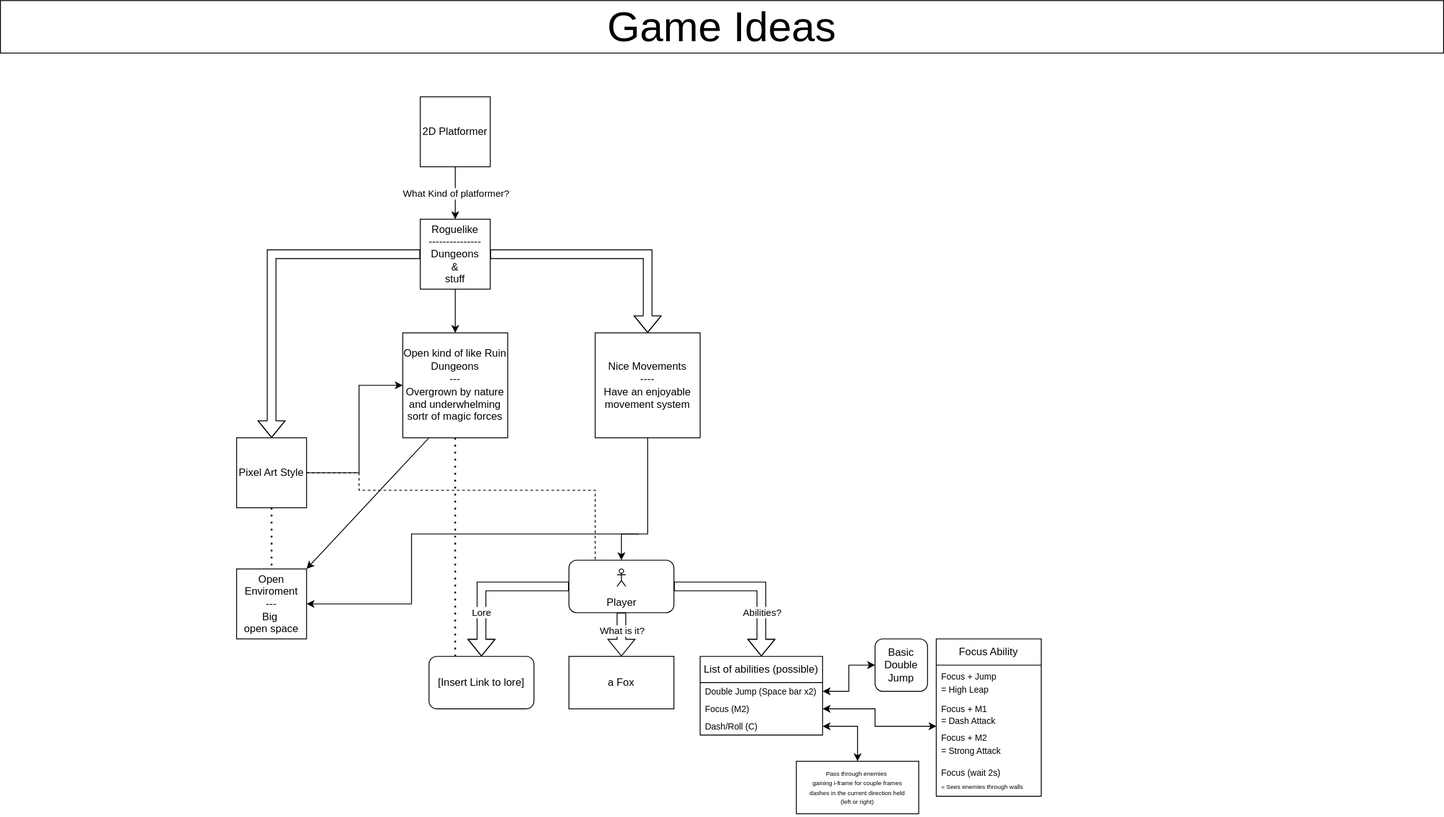
This is Plans/2DGamePlanning.drawio.svg from UnknownRedFoxDev/2D-Game, a draw.io export, as it was before one commit. Source tidied: cells renumbered, new cells last; positions are measured from the earlier drawing's top-left corner, leaving out a move shared by most shapes.
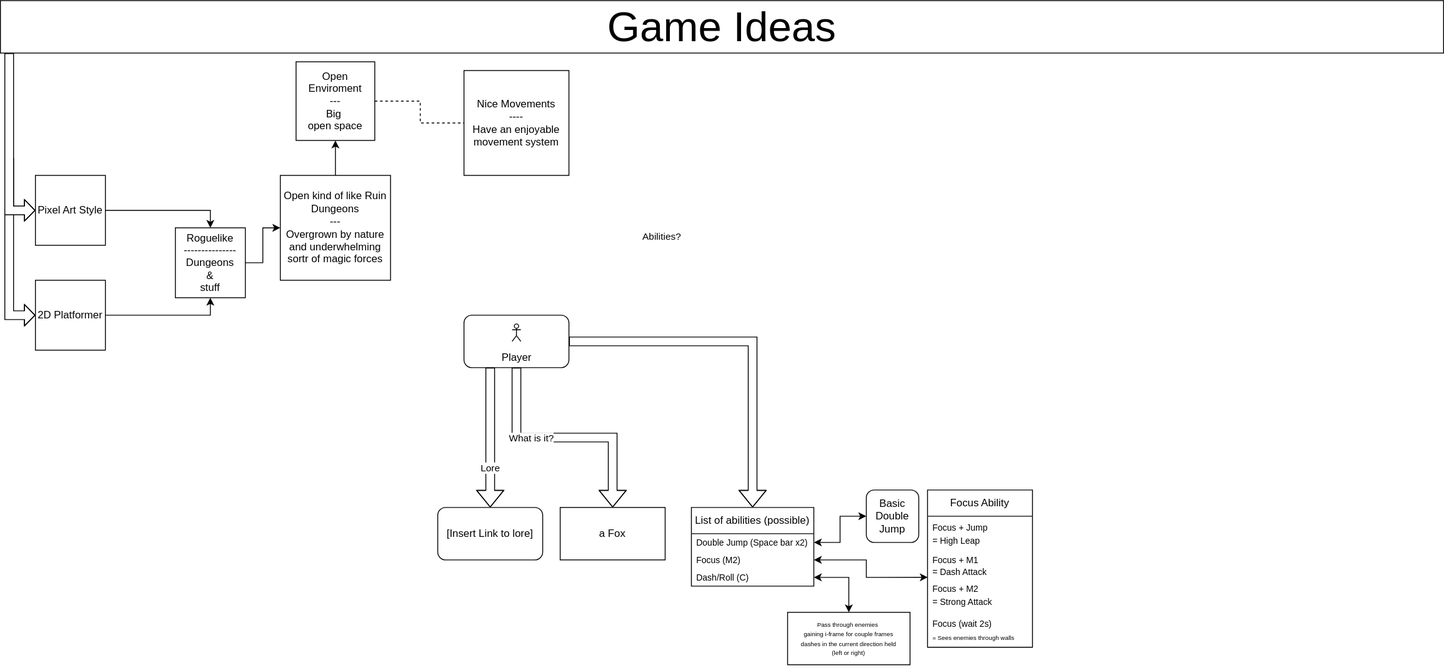
Above is the later version.

The edit, as a diff of the source:
```diff
@@ -2,8 +2,11 @@
   <root>
     <mxCell id="0" />
     <mxCell id="1" parent="0" />
+    <mxCell id="26" style="edgeStyle=orthogonalEdgeStyle;rounded=0;jettySize=auto;html=1;entryX=0.5;entryY=1;entryDx=0;entryDy=0;" parent="1" edge="1" source="2" target="7">
+      <mxGeometry relative="1" as="geometry" />
+    </mxCell>
     <mxCell id="2" value="2D Platformer" style="whiteSpace=wrap;html=1;" parent="1" vertex="1">
-      <mxGeometry x="480" y="110" width="80" height="80" as="geometry" />
+      <mxGeometry x="40" y="320" width="80" height="80" as="geometry" />
     </mxCell>
     <mxCell id="3" style="group;" parent="1" vertex="1">
       <mxGeometry width="1650" height="60" as="geometry" />
@@ -17,81 +20,46 @@
     <mxCell id="6" value="&lt;font style=&quot;font-size: 48px;&quot;&gt;Game Ideas&lt;/font&gt;" style="rounded=0;whiteSpace=wrap;html=1;" parent="5" vertex="1">
       <mxGeometry width="1650" height="60" as="geometry" />
     </mxCell>
+    <mxCell id="16" style="edgeStyle=orthogonalEdgeStyle;rounded=0;jettySize=auto;html=1;entryX=0;entryY=0.5;entryDx=0;entryDy=0;" parent="1" edge="1" source="7" target="15">
+      <mxGeometry relative="1" as="geometry" />
+    </mxCell>
     <mxCell id="7" value="Roguelike &lt;br&gt;---------------&lt;br&gt;Dungeons&lt;br&gt;&amp;amp;&lt;br&gt;stuff" style="whiteSpace=wrap;html=1;" parent="1" vertex="1">
-      <mxGeometry x="480" y="250" width="80" height="80" as="geometry" />
+      <mxGeometry x="200" y="260" width="80" height="80" as="geometry" />
     </mxCell>
-    <mxCell id="8" style="shape=flexArrow;endArrow=classic;html=1;rounded=0;exitX=1;exitY=0.5;exitDx=0;exitDy=0;" parent="1" edge="1" source="7" target="10">
-      <mxGeometry relative="1" as="geometry">
-        <Array as="points">
-          <mxPoint x="740" y="290" />
-          <mxPoint x="740" y="330" />
-        </Array>
-      </mxGeometry>
-    </mxCell>
-    <mxCell id="9" style="edgeStyle=orthogonalEdgeStyle;rounded=0;jettySize=auto;html=1;" parent="1" edge="1" source="10" target="14">
-      <mxGeometry relative="1" as="geometry">
-        <Array as="points">
-          <mxPoint x="740" y="610" />
-          <mxPoint x="470" y="610" />
-          <mxPoint x="470" y="690" />
-        </Array>
-      </mxGeometry>
-    </mxCell>
     <mxCell id="10" value="Nice Movements&lt;br&gt;----&lt;br&gt;Have an enjoyable movement system" style="whiteSpace=wrap;html=1;" parent="1" vertex="1">
-      <mxGeometry x="680" y="380" width="120" height="120" as="geometry" />
+      <mxGeometry x="530" y="80" width="120" height="120" as="geometry" />
     </mxCell>
-    <mxCell id="11" style="shape=flexArrow;endArrow=classic;html=1;rounded=0;exitX=0;exitY=0.5;exitDx=0;exitDy=0;" parent="1" edge="1" source="7" target="13">
-      <mxGeometry relative="1" as="geometry">
-        <Array as="points">
-          <mxPoint x="310" y="290" />
-        </Array>
-      </mxGeometry>
-    </mxCell>
-    <mxCell id="12" style="edgeStyle=orthogonalEdgeStyle;rounded=0;jettySize=auto;html=1;" parent="1" edge="1" source="13" target="15">
-      <mxGeometry relative="1" as="geometry">
-        <Array as="points">
-          <mxPoint x="410" y="540" />
-          <mxPoint x="410" y="440" />
-        </Array>
-      </mxGeometry>
-    </mxCell>
+    <mxCell id="49" style="edgeStyle=orthogonalEdgeStyle;rounded=0;jettySize=auto;html=1;entryX=0.5;entryY=0;entryDx=0;entryDy=0;" parent="1" edge="1" source="13" target="7">
+      <mxGeometry relative="1" as="geometry" />
+    </mxCell>
     <mxCell id="13" value="Pixel Art Style" style="whiteSpace=wrap;html=1;" parent="1" vertex="1">
-      <mxGeometry x="270" y="500" width="80" height="80" as="geometry" />
+      <mxGeometry x="40" y="200" width="80" height="80" as="geometry" />
     </mxCell>
     <mxCell id="14" value="Open Enviroment&lt;br&gt;---&lt;br&gt;Big&amp;nbsp;&lt;br&gt;open space" style="whiteSpace=wrap;html=1;" parent="1" vertex="1">
-      <mxGeometry x="270" y="650" width="80" height="80" as="geometry" />
+      <mxGeometry x="338" y="70" width="90" height="90" as="geometry" />
     </mxCell>
+    <mxCell id="48" style="edgeStyle=orthogonalEdgeStyle;rounded=0;jettySize=auto;html=1;entryX=0.5;entryY=1;entryDx=0;entryDy=0;" parent="1" edge="1" source="15" target="14">
+      <mxGeometry relative="1" as="geometry" />
+    </mxCell>
     <mxCell id="15" value="Open kind of like Ruin Dungeons&lt;br&gt;---&lt;br&gt;Overgrown by nature and underwhelming sortr of magic forces" style="rounded=0;whiteSpace=wrap;html=1;" parent="1" vertex="1">
-      <mxGeometry x="460" y="380" width="120" height="120" as="geometry" />
+      <mxGeometry x="320" y="200" width="126" height="120" as="geometry" />
     </mxCell>
-    <mxCell id="16" style="endArrow=classic;html=1;rounded=0;exitX=0.5;exitY=1;exitDx=0;exitDy=0;entryX=0.5;entryY=0;entryDx=0;entryDy=0;" parent="1" edge="1" source="7" target="15">
-      <mxGeometry relative="1" as="geometry" />
-    </mxCell>
-    <mxCell id="17" style="endArrow=none;dashed=1;html=1;dashPattern=1 3;strokeWidth=2;rounded=0;entryX=0.5;entryY=0;entryDx=0;entryDy=0;exitX=0.5;exitY=1;exitDx=0;exitDy=0;" parent="1" edge="1" source="13" target="14">
-      <mxGeometry relative="1" as="geometry" />
-    </mxCell>
-    <mxCell id="18" style="endArrow=classic;html=1;rounded=0;" parent="1" edge="1" target="29">
-      <mxGeometry relative="1" as="geometry">
-        <mxPoint x="730" y="610" as="sourcePoint" />
-        <Array as="points">
-          <mxPoint x="710" y="610" />
-        </Array>
-      </mxGeometry>
-    </mxCell>
-    <mxCell id="19" style="shape=flexArrow;endArrow=classic;html=1;rounded=0;exitX=0;exitY=0.5;exitDx=0;exitDy=0;" parent="1" edge="1" source="29">
+    <mxCell id="19" style="shape=flexArrow;endArrow=classic;html=1;rounded=0;exitX=0.25;exitY=1;exitDx=0;exitDy=0;entryX=0.5;entryY=0;entryDx=0;entryDy=0;" parent="1" edge="1" source="29" target="47">
       <mxGeometry relative="1" as="geometry">
-        <mxPoint x="550" y="750" as="targetPoint" />
         <Array as="points">
-          <mxPoint x="550" y="670" />
+          <mxPoint x="560" y="560" />
         </Array>
       </mxGeometry>
     </mxCell>
     <mxCell id="20" value="Lore" style="edgeLabel;html=1;align=center;verticalAlign=middle;" parent="19" vertex="1">
       <mxGeometry x="0.43" y="-1" relative="1" as="geometry" />
     </mxCell>
-    <mxCell id="21" style="shape=flexArrow;endArrow=classic;html=1;rounded=0;exitX=0.5;exitY=1;exitDx=0;exitDy=0;" parent="1" edge="1" source="29">
+    <mxCell id="21" style="shape=flexArrow;endArrow=classic;html=1;rounded=0;exitX=0.5;exitY=1;exitDx=0;exitDy=0;entryX=0.5;entryY=0;entryDx=0;entryDy=0;" parent="1" edge="1" source="29" target="31">
       <mxGeometry relative="1" as="geometry">
-        <mxPoint x="710" y="750" as="targetPoint" />
+        <Array as="points">
+          <mxPoint x="590" y="500" />
+          <mxPoint x="700" y="500" />
+        </Array>
       </mxGeometry>
     </mxCell>
     <mxCell id="22" value="What is it?" style="edgeLabel;html=1;align=center;verticalAlign=middle;" parent="21" vertex="1">
@@ -99,34 +67,20 @@
         <mxPoint x="-2" y="2" as="offset" />
       </mxGeometry>
     </mxCell>
-    <mxCell id="23" style="shape=flexArrow;endArrow=classic;html=1;rounded=0;exitX=1;exitY=0.5;exitDx=0;exitDy=0;exitPerimeter=0;" parent="1" edge="1" source="29">
+    <mxCell id="23" style="shape=flexArrow;endArrow=classic;html=1;rounded=0;exitX=1;exitY=0.5;exitDx=0;exitDy=0;exitPerimeter=0;entryX=0.5;entryY=0;entryDx=0;entryDy=0;" parent="1" edge="1" source="29" target="32">
       <mxGeometry relative="1" as="geometry">
-        <mxPoint x="870" y="750" as="targetPoint" />
         <Array as="points">
-          <mxPoint x="870" y="670" />
+          <mxPoint x="860" y="390" />
         </Array>
       </mxGeometry>
     </mxCell>
     <mxCell id="24" value="Abilities?" style="edgeLabel;html=1;align=center;verticalAlign=middle;" parent="23" vertex="1">
-      <mxGeometry x="0.43" relative="1" as="geometry" />
+      <mxGeometry x="0.43" relative="1" as="geometry">
+        <mxPoint x="-105" y="-197" as="offset" />
+      </mxGeometry>
     </mxCell>
-    <mxCell id="25" style="endArrow=none;dashed=1;html=1;rounded=0;entryX=0.25;entryY=0;entryDx=0;entryDy=0;exitX=1;exitY=0.5;exitDx=0;exitDy=0;" parent="1" edge="1" source="13" target="29">
-      <mxGeometry relative="1" as="geometry">
-        <Array as="points">
-          <mxPoint x="410" y="540" />
-          <mxPoint x="410" y="560" />
-          <mxPoint x="680" y="560" />
-        </Array>
-      </mxGeometry>
-    </mxCell>
-    <mxCell id="26" style="endArrow=classic;html=1;rounded=0;exitX=0.5;exitY=1;exitDx=0;exitDy=0;entryX=0.5;entryY=0;entryDx=0;entryDy=0;" parent="1" edge="1" source="2" target="7">
-      <mxGeometry relative="1" as="geometry" />
-    </mxCell>
-    <mxCell id="27" value="What Kind of platformer?" style="edgeLabel;html=1;align=center;verticalAlign=middle;" parent="26" vertex="1">
-      <mxGeometry relative="1" as="geometry" />
-    </mxCell>
     <mxCell id="28" style="group;" parent="1" vertex="1">
-      <mxGeometry x="650" y="640" width="120" height="60" as="geometry" />
+      <mxGeometry x="530" y="360" width="120" height="60" as="geometry" />
     </mxCell>
     <mxCell id="29" style="rounded=1;whiteSpace=wrap;html=1;" parent="28" vertex="1">
       <mxGeometry width="120" height="60" as="geometry" />
@@ -135,10 +89,41 @@
       <mxGeometry x="55" y="10" width="10" height="20" as="geometry" />
     </mxCell>
     <mxCell id="31" value="a Fox" style="rounded=0;whiteSpace=wrap;html=1;" parent="1" vertex="1">
-      <mxGeometry x="650" y="750" width="120" height="60" as="geometry" />
+      <mxGeometry x="640" y="580" width="120" height="60" as="geometry" />
     </mxCell>
+    <mxCell id="47" value="[Insert Link to lore]" style="rounded=1;whiteSpace=wrap;html=1;" parent="1" vertex="1">
+      <mxGeometry x="500" y="580" width="120" height="60" as="geometry" />
+    </mxCell>
+    <mxCell id="50" style="shape=flexArrow;endArrow=classic;html=1;rounded=0;endWidth=13.488372093023257;endSize=3.6813953488372095;strokeWidth=1;fillColor=default;" parent="1" edge="1">
+      <mxGeometry relative="1" as="geometry">
+        <mxPoint x="10" y="180" as="sourcePoint" />
+        <mxPoint x="40" y="360" as="targetPoint" />
+        <Array as="points">
+          <mxPoint x="10" y="360" />
+        </Array>
+      </mxGeometry>
+    </mxCell>
+    <mxCell id="51" style="shape=flexArrow;endArrow=classic;html=1;rounded=0;endWidth=13.488372093023257;endSize=3.6813953488372095;strokeWidth=1;fillColor=default;" parent="1" edge="1" target="13">
+      <mxGeometry relative="1" as="geometry">
+        <mxPoint x="10" y="60" as="sourcePoint" />
+        <Array as="points">
+          <mxPoint x="10" y="240" />
+        </Array>
+      </mxGeometry>
+    </mxCell>
+    <mxCell id="52" style="endArrow=none;dashed=1;html=1;rounded=0;exitX=1;exitY=0.5;exitDx=0;exitDy=0;entryX=0;entryY=0.5;entryDx=0;entryDy=0;" parent="1" edge="1" source="14" target="10">
+      <mxGeometry relative="1" as="geometry">
+        <Array as="points">
+          <mxPoint x="480" y="115" />
+          <mxPoint x="480" y="140" />
+        </Array>
+      </mxGeometry>
+    </mxCell>
+    <mxCell id="53" style="group;" parent="1" vertex="1">
+      <mxGeometry x="790" y="560" width="390" height="200" as="geometry" />
+    </mxCell>
-    <mxCell id="32" value="List of abilities (possible)" style="swimlane;fontStyle=0;horizontal=1;startSize=30;whiteSpace=wrap;html=1;" parent="1" vertex="1">
-      <mxGeometry x="800" y="750" width="140" height="90" as="geometry" />
+    <mxCell id="32" value="List of abilities (possible)" style="swimlane;fontStyle=0;horizontal=1;startSize=30;whiteSpace=wrap;html=1;" parent="53" vertex="1">
+      <mxGeometry y="20" width="140" height="90" as="geometry" />
     </mxCell>
     <mxCell id="33" value="&lt;font style=&quot;font-size: 10px;&quot;&gt;Double Jump (Space bar x2)&lt;br&gt;&lt;/font&gt;" style="text;strokeColor=none;fillColor=none;align=left;verticalAlign=middle;spacingLeft=4;spacingRight=4;overflow=hidden;points=[[0,0.5],[1,0.5]];portConstraint=eastwest;whiteSpace=wrap;html=1;" parent="32" vertex="1">
       <mxGeometry y="30" width="140" height="20" as="geometry" />
@@ -149,8 +134,8 @@
     <mxCell id="35" value="&lt;font style=&quot;font-size: 10px;&quot;&gt;Dash/Roll (C)&lt;/font&gt;" style="text;strokeColor=none;fillColor=none;align=left;verticalAlign=middle;spacingLeft=4;spacingRight=4;overflow=hidden;points=[[0,0.5],[1,0.5]];portConstraint=eastwest;whiteSpace=wrap;html=1;" parent="32" vertex="1">
       <mxGeometry y="70" width="140" height="20" as="geometry" />
     </mxCell>
-    <mxCell id="36" value="Focus Ability" style="swimlane;fontStyle=0;horizontal=1;startSize=30;whiteSpace=wrap;html=1;" parent="1" vertex="1">
-      <mxGeometry x="1070" y="730" width="120" height="180" as="geometry" />
+    <mxCell id="36" value="Focus Ability" style="swimlane;fontStyle=0;horizontal=1;startSize=30;whiteSpace=wrap;html=1;" parent="53" vertex="1">
+      <mxGeometry x="270" width="120" height="180" as="geometry" />
     </mxCell>
     <mxCell id="37" value="&lt;font style=&quot;font-size: 10px;&quot;&gt;Focus + Jump &lt;br&gt;= High Leap&lt;/font&gt;" style="text;strokeColor=none;fillColor=none;align=left;verticalAlign=middle;spacingLeft=4;spacingRight=4;overflow=hidden;whiteSpace=wrap;html=1;" parent="36" vertex="1">
       <mxGeometry y="30" width="120" height="40" as="geometry" />
@@ -164,45 +149,34 @@
     <mxCell id="40" value="&lt;font style=&quot;&quot;&gt;&lt;font style=&quot;font-size: 10px;&quot;&gt;Focus (wait 2s)&lt;/font&gt;&lt;br style=&quot;font-size: 7px;&quot;&gt;&lt;span style=&quot;font-size: 7px;&quot;&gt;= Sees enemies&amp;nbsp;through walls&lt;/span&gt;&lt;/font&gt;" style="text;strokeColor=none;fillColor=none;align=left;verticalAlign=middle;spacingLeft=4;spacingRight=4;overflow=hidden;whiteSpace=wrap;html=1;" parent="36" vertex="1">
       <mxGeometry y="140" width="120" height="40" as="geometry" />
     </mxCell>
-    <mxCell id="41" value="Basic Double Jump" style="rounded=1;whiteSpace=wrap;html=1;" parent="1" vertex="1">
-      <mxGeometry x="1000" y="730" width="60" height="60" as="geometry" />
+    <mxCell id="41" value="Basic Double Jump" style="rounded=1;whiteSpace=wrap;html=1;" parent="53" vertex="1">
+      <mxGeometry x="200" width="60" height="60" as="geometry" />
     </mxCell>
-    <mxCell id="42" style="endArrow=classic;startArrow=classic;html=1;rounded=0;exitX=0;exitY=0.5;exitDx=0;exitDy=0;entryX=1;entryY=0.5;entryDx=0;entryDy=0;" parent="1" edge="1" source="41" target="33">
+    <mxCell id="42" style="endArrow=classic;startArrow=classic;html=1;rounded=0;exitX=0;exitY=0.5;exitDx=0;exitDy=0;entryX=1;entryY=0.5;entryDx=0;entryDy=0;" parent="53" edge="1" source="41" target="33">
       <mxGeometry relative="1" as="geometry">
         <Array as="points">
-          <mxPoint x="970" y="760" />
-          <mxPoint x="970" y="790" />
+          <mxPoint x="170" y="30" />
+          <mxPoint x="170" y="60" />
         </Array>
       </mxGeometry>
     </mxCell>
-    <mxCell id="43" style="endArrow=classic;startArrow=classic;html=1;rounded=0;exitX=0.002;exitY=-0.002;exitDx=0;exitDy=0;exitPerimeter=0;entryX=1;entryY=0.5;entryDx=0;entryDy=0;" parent="1" edge="1" source="39" target="34">
+    <mxCell id="43" style="endArrow=classic;startArrow=classic;html=1;rounded=0;exitX=0.002;exitY=-0.002;exitDx=0;exitDy=0;exitPerimeter=0;entryX=1;entryY=0.5;entryDx=0;entryDy=0;" parent="53" edge="1" source="39" target="34">
       <mxGeometry relative="1" as="geometry">
         <Array as="points">
-          <mxPoint x="1000" y="830" />
-          <mxPoint x="1000" y="810" />
+          <mxPoint x="200" y="100" />
+          <mxPoint x="200" y="80" />
         </Array>
       </mxGeometry>
     </mxCell>
-    <mxCell id="44" value="&lt;p style=&quot;line-height: 80%;&quot;&gt;&lt;font style=&quot;font-size: 7px;&quot;&gt;Pass through enemies&amp;nbsp;&lt;br&gt;&lt;/font&gt;&lt;span style=&quot;font-size: 7px; background-color: initial;&quot;&gt;gaining i-frame for couple frames&lt;br&gt;dashes in the current direction held&lt;br&gt;(left or right)&lt;/span&gt;&lt;/p&gt;" style="rounded=0;whiteSpace=wrap;html=1;" parent="1" vertex="1">
-      <mxGeometry x="910" y="870" width="140" height="60" as="geometry" />
+    <mxCell id="44" value="&lt;p style=&quot;line-height: 80%;&quot;&gt;&lt;font style=&quot;font-size: 7px;&quot;&gt;Pass through enemies&amp;nbsp;&lt;br&gt;&lt;/font&gt;&lt;span style=&quot;font-size: 7px; background-color: initial;&quot;&gt;gaining i-frame for couple frames&lt;br&gt;dashes in the current direction held&lt;br&gt;(left or right)&lt;/span&gt;&lt;/p&gt;" style="rounded=0;whiteSpace=wrap;html=1;" parent="53" vertex="1">
+      <mxGeometry x="110" y="140" width="140" height="60" as="geometry" />
     </mxCell>
-    <mxCell id="45" style="endArrow=classic;startArrow=classic;html=1;rounded=0;exitX=0.5;exitY=0;exitDx=0;exitDy=0;entryX=1;entryY=0.5;entryDx=0;entryDy=0;" parent="1" edge="1" source="44" target="35">
+    <mxCell id="45" style="endArrow=classic;startArrow=classic;html=1;rounded=0;exitX=0.5;exitY=0;exitDx=0;exitDy=0;entryX=1;entryY=0.5;entryDx=0;entryDy=0;" parent="53" edge="1" source="44" target="35">
       <mxGeometry relative="1" as="geometry">
         <Array as="points">
-          <mxPoint x="980" y="830" />
+          <mxPoint x="180" y="100" />
         </Array>
       </mxGeometry>
     </mxCell>
-    <mxCell id="46" style="endArrow=none;dashed=1;html=1;dashPattern=1 3;strokeWidth=2;rounded=0;entryX=0.5;entryY=1;entryDx=0;entryDy=0;" parent="1" edge="1" target="15">
-      <mxGeometry relative="1" as="geometry">
-        <mxPoint x="520" y="750" as="sourcePoint" />
-      </mxGeometry>
-    </mxCell>
-    <mxCell id="47" value="[Insert Link to lore]" style="rounded=1;whiteSpace=wrap;html=1;" parent="1" vertex="1">
-      <mxGeometry x="490" y="750" width="120" height="60" as="geometry" />
-    </mxCell>
-    <mxCell id="48" style="endArrow=classic;html=1;rounded=0;exitX=0.25;exitY=1;exitDx=0;exitDy=0;entryX=1;entryY=0;entryDx=0;entryDy=0;" parent="1" edge="1" source="15" target="14">
-      <mxGeometry relative="1" as="geometry" />
-    </mxCell>
   </root>
 </mxGraphModel>
```
